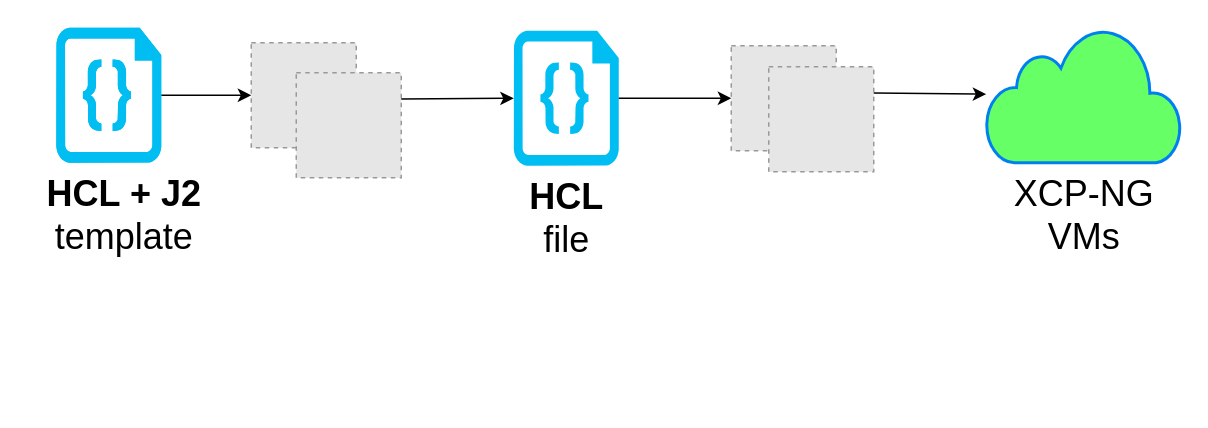
bzzqzw/infra keeps this draw.io diagram as page "Page-2" (2 of 2) of design/terraform-ansible-xcp.drawio. Above is the earlier version. Source tidied: cells renumbered, new cells numbered last; positions are measured from the earlier drawing's top-left corner, leaving out a move shared by most shapes. Both pictures are drawn from the tidied source at 150%, with x=0, y=0 at pixel (26, 27). Pictures stored in the file or linked from it are replaced by grey dashed boxes.
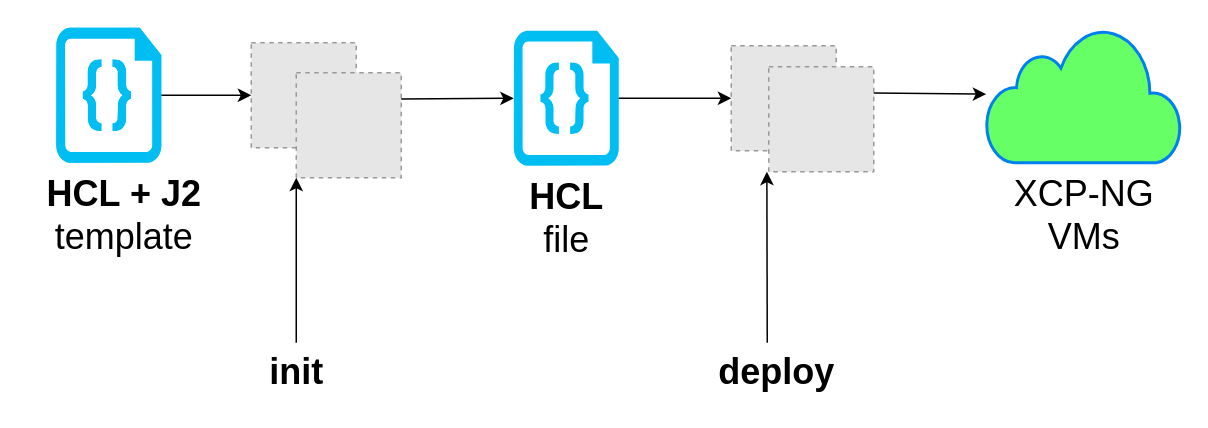
After the change.

The change refers to these unchanged cells:
```xml
<mxCell id="5" style="group;" parent="1" vertex="1">
  <mxGeometry x="470" y="12" width="95" height="84" as="geometry" />
</mxCell>
<mxCell id="10" style="fillColor=#E6E6E6;strokeColor=#999999;dashed=1;verticalLabelPosition=bottom;labelBackgroundColor=default;verticalAlign=top;" parent="8" vertex="1">
  <mxGeometry x="30" y="20" width="70" height="70" as="geometry" />
</mxCell>
```

Change to the diagram source:
```diff
@@
+    <mxCell id="19" style="endArrow=classic;html=1;rounded=0;entryX=0;entryY=1;entryDx=0;entryDy=0;" parent="1" edge="1" target="10">
+      <mxGeometry relative="1" as="geometry">
+        <mxPoint x="180" y="210" as="sourcePoint" />
+      </mxGeometry>
+    </mxCell>
+    <mxCell id="20" style="endArrow=classic;html=1;rounded=0;entryX=0.25;entryY=1;entryDx=0;entryDy=0;" parent="1" edge="1" target="5">
+      <mxGeometry relative="1" as="geometry">
+        <mxPoint x="494" y="210" as="sourcePoint" />
+      </mxGeometry>
+    </mxCell>
+    <mxCell id="21" value="&lt;font style=&quot;font-size: 24px;&quot;&gt;&lt;b&gt;init&lt;/b&gt;&lt;br&gt;&lt;/font&gt;" style="text;html=1;align=center;verticalAlign=middle;strokeColor=none;fillColor=none;" parent="1" vertex="1">
+      <mxGeometry x="150" y="210" width="60" height="40" as="geometry" />
+    </mxCell>
+    <mxCell id="22" value="&lt;font style=&quot;font-size: 24px;&quot;&gt;&lt;b&gt;deploy&lt;/b&gt;&lt;br&gt;&lt;/font&gt;" style="text;html=1;align=center;verticalAlign=middle;strokeColor=none;fillColor=none;" parent="1" vertex="1">
+      <mxGeometry x="450" y="210" width="100" height="40" as="geometry" />
+    </mxCell>
```
